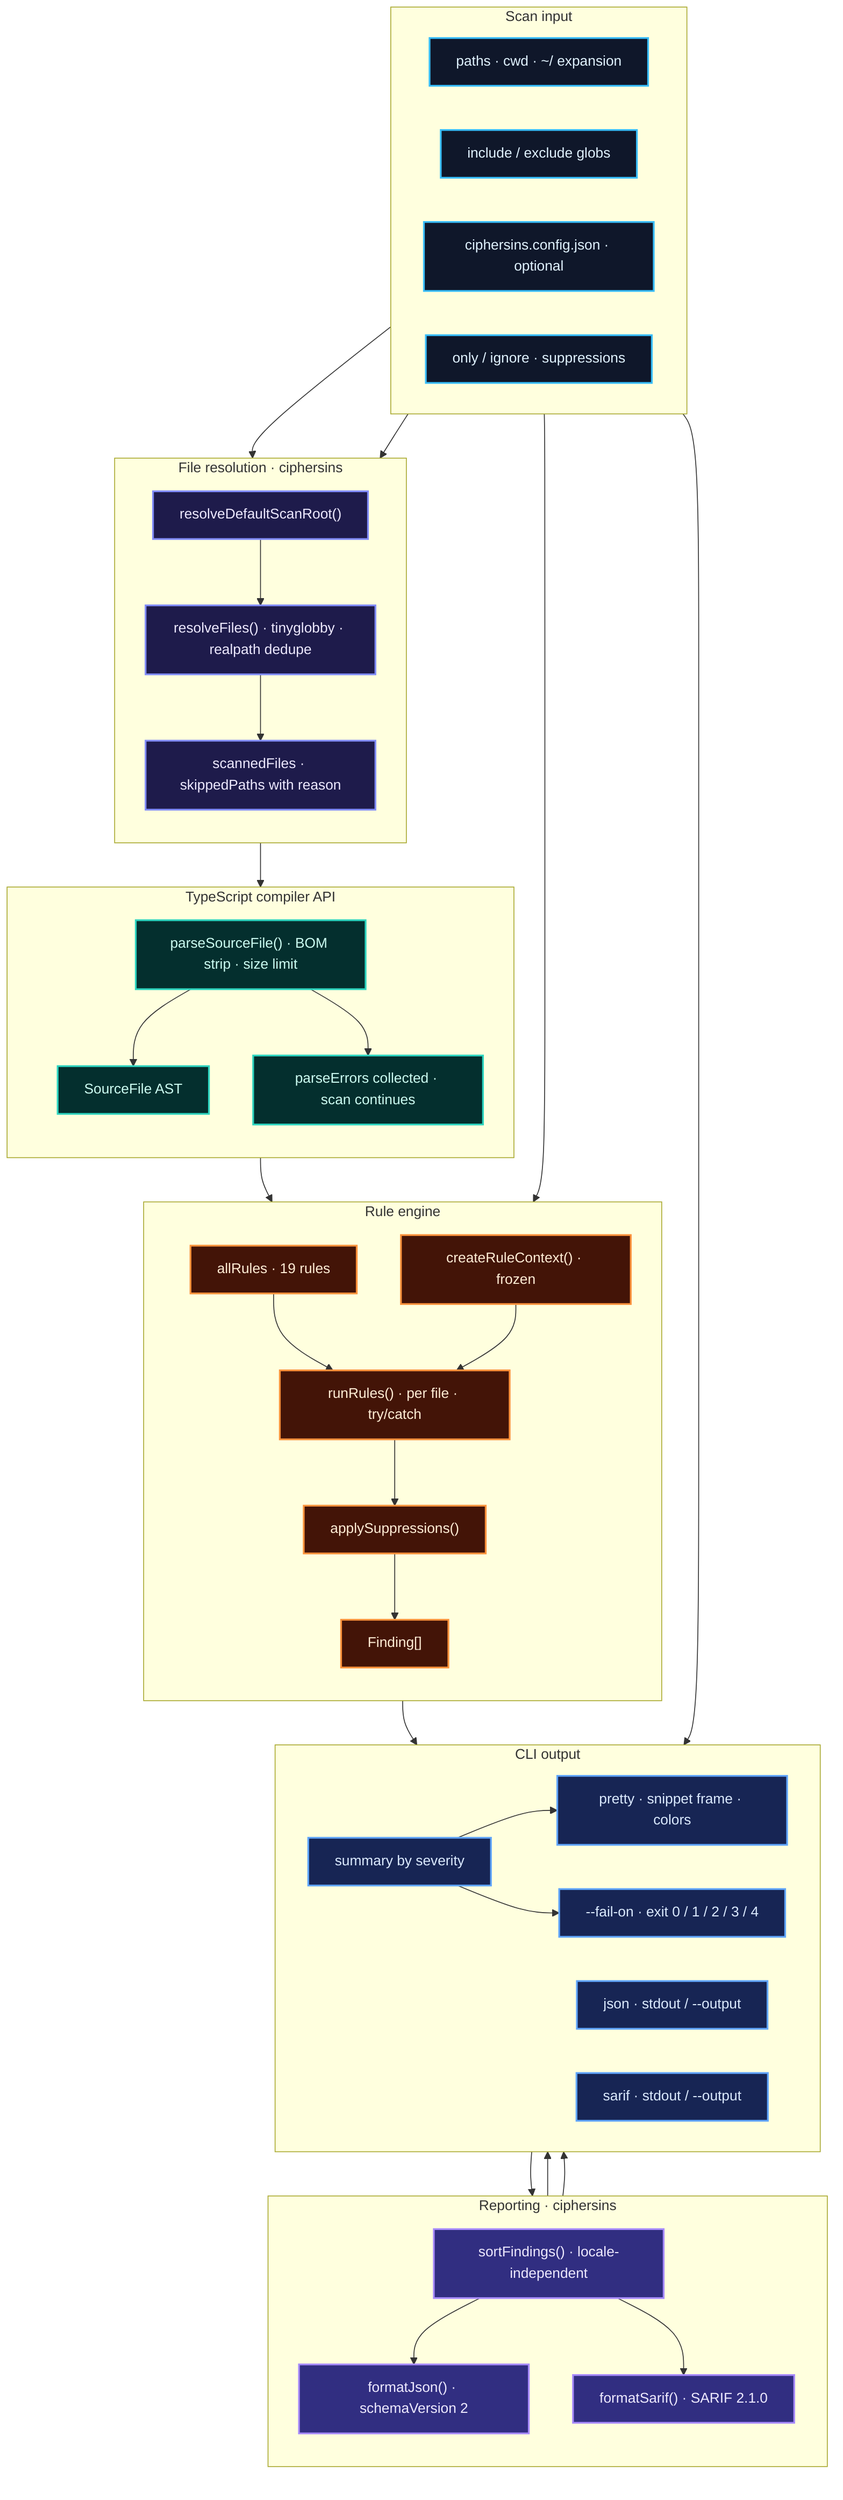
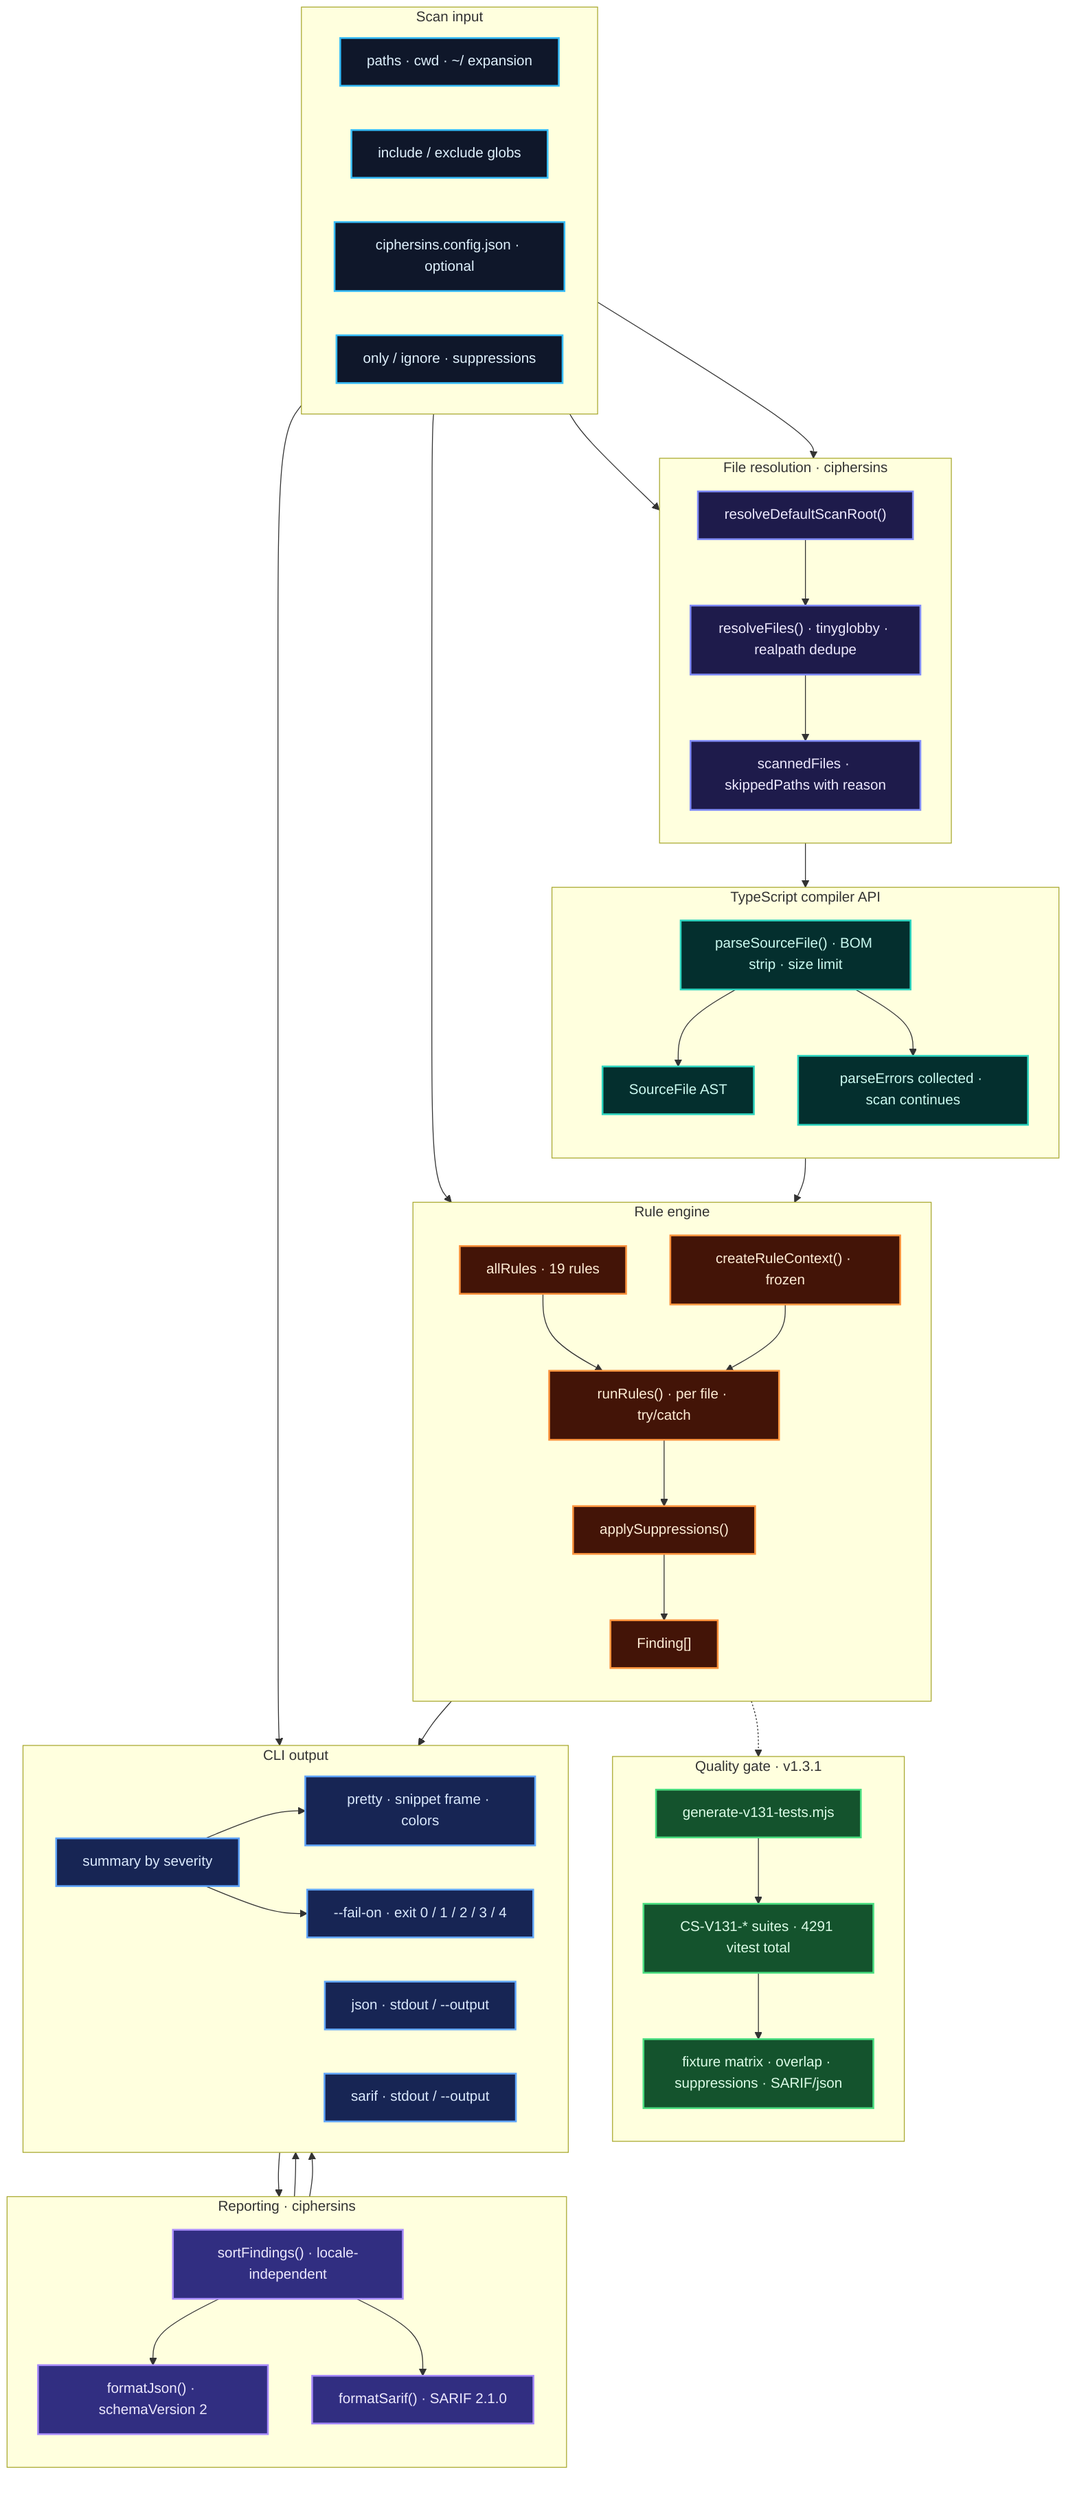
flowchart TB
	subgraph INPUT["Scan input"]
		direction LR
		PATHS["paths · cwd · ~/ expansion"]
		GLOBS["include / exclude globs"]
		CONFIG["ciphersins.config.json · optional"]
		FILTERS["only / ignore · suppressions"]
	end

	subgraph RESOLVE["File resolution · ciphersins"]
		direction TB
		ROOT["resolveDefaultScanRoot()"]
		RF["resolveFiles() · tinyglobby · realpath dedupe"]
		META["scannedFiles · skippedPaths with reason"]
		ROOT --> RF --> META
	end

	subgraph PARSE["TypeScript compiler API"]
		direction TB
		PSF["parseSourceFile() · BOM strip · size limit"]
		SF["SourceFile AST"]
		ERR["parseErrors collected · scan continues"]
		PSF --> SF
		PSF --> ERR
	end

	subgraph RULES["Rule engine"]
		direction TB
		REG["allRules · 19 rules"]
		CTX["createRuleContext() · frozen"]
		RUN["runRules() · per file · try/catch"]
		SUP["applySuppressions()"]
		REG --> RUN
		CTX --> RUN
		RUN --> SUP
		SUP --> FINDINGS["Finding[]"]
	end

	subgraph REPORT["Reporting · ciphersins"]
		direction TB
		SORT["sortFindings() · locale-independent"]
		JSON["formatJson() · schemaVersion 2"]
		SARIF["formatSarif() · SARIF 2.1.0"]
		SORT --> JSON
		SORT --> SARIF
	end

+ 	subgraph QA["Quality gate · v1.3.1"]
+ 		direction TB
+ 		GEN["generate-v131-tests.mjs"]
+ 		V131["CS-V131-* suites · 4291 vitest total"]
+ 		FIX["fixture matrix · overlap · suppressions · SARIF/json"]
+ 		GEN --> V131 --> FIX
+ 	end
+ 
	subgraph OUTPUT["CLI output"]
		direction LR
		SUM["summary by severity"]
		PRETTY["pretty · snippet frame · colors"]
		JOUT["json · stdout / --output"]
		SOUT["sarif · stdout / --output"]
		FAIL["--fail-on · exit 0 / 1 / 2 / 3 / 4"]
	end

	PATHS --> ROOT
	GLOBS --> RF
	CONFIG --> FAIL
	FILTERS --> RUN
	META --> PSF
	SF --> CTX
	FINDINGS --> SUM
	SUM --> SORT
	JSON --> JOUT
	SARIF --> SOUT
	SUM --> PRETTY
	SUM --> FAIL
+ 	RUN -.-> V131

	classDef input fill:#0f172a,stroke:#38bdf8,stroke-width:2px,color:#e0f2fe
	classDef resolve fill:#1e1b4b,stroke:#818cf8,stroke-width:2px,color:#ede9fe
	classDef parse fill:#042f2e,stroke:#2dd4bf,stroke-width:2px,color:#ccfbf1
	classDef rules fill:#431407,stroke:#fb923c,stroke-width:2px,color:#ffedd5
	classDef report fill:#312e81,stroke:#a78bfa,stroke-width:2px,color:#ede9fe
	classDef output fill:#172554,stroke:#60a5fa,stroke-width:2px,color:#dbeafe

	class PATHS,GLOBS,CONFIG,FILTERS input
	class ROOT,RF,META resolve
	class PSF,SF,ERR parse
	class REG,CTX,RUN,SUP,FINDINGS rules
	class SORT,JSON,SARIF report
	class SUM,PRETTY,JOUT,SOUT,FAIL output
+ 	class GEN,V131,FIX qa
+ 
+ 	classDef qa fill:#14532d,stroke:#4ade80,stroke-width:2px,color:#dcfce7
